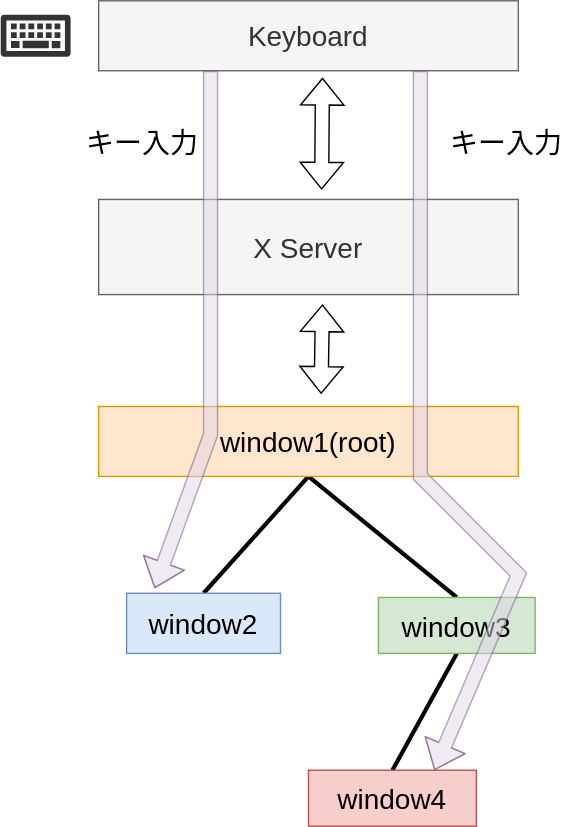
Above: memo/images/x11_architecture.drawio.svg in takeshiD/dotfiles (draw.io), before the change. Source tidied: cells renumbered, new cells last; positions are measured from the earlier drawing's top-left corner, leaving out a move shared by most shapes.
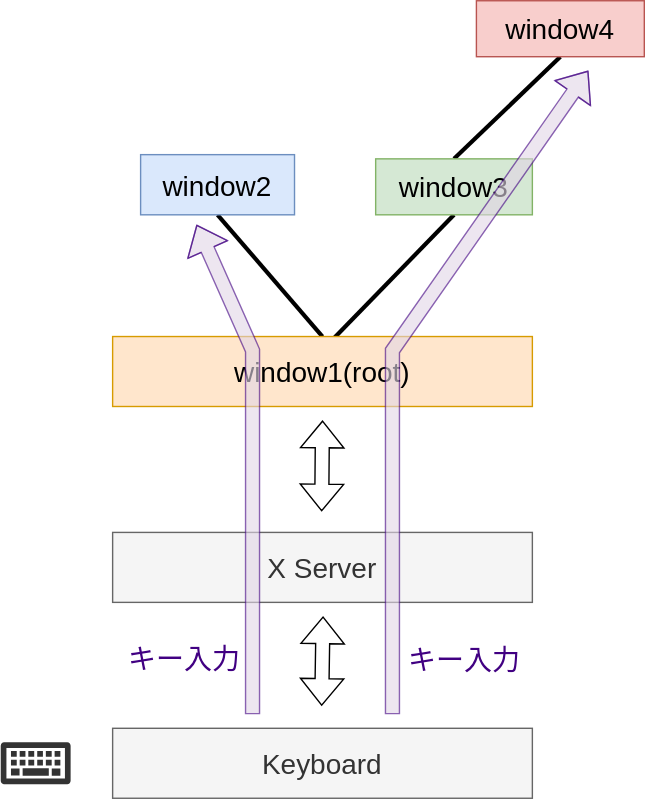
Later version of the same file.

Change to the diagram source:
```diff
@@ -2,77 +2,75 @@
   <root>
     <mxCell id="0" />
     <mxCell id="1" parent="0" />
-    <mxCell id="2" style="rounded=0;jettySize=auto;html=1;exitX=0.5;exitY=1;exitDx=0;exitDy=0;entryX=0.5;entryY=0;entryDx=0;entryDy=0;endArrow=none;endFill=0;strokeWidth=3;" parent="1" edge="1" source="4" target="5">
+    <mxCell id="2" style="rounded=0;jettySize=auto;html=1;exitX=0.5;exitY=0;exitDx=0;exitDy=0;entryX=0.5;entryY=1;entryDx=0;entryDy=0;endArrow=none;endFill=0;strokeWidth=3;" parent="1" edge="1" source="4" target="5">
       <mxGeometry relative="1" as="geometry" />
     </mxCell>
-    <mxCell id="3" style="rounded=0;jettySize=auto;html=1;exitX=0.5;exitY=1;exitDx=0;exitDy=0;entryX=0.5;entryY=0;entryDx=0;entryDy=0;endArrow=none;endFill=0;strokeWidth=3;" parent="1" edge="1" source="4" target="7">
+    <mxCell id="3" style="rounded=0;jettySize=auto;html=1;exitX=0.526;exitY=0.031;exitDx=0;exitDy=0;entryX=0.5;entryY=1;entryDx=0;entryDy=0;endArrow=none;endFill=0;strokeWidth=3;exitPerimeter=0;" parent="1" edge="1" source="4" target="7">
       <mxGeometry relative="1" as="geometry" />
     </mxCell>
     <mxCell id="4" value="window1(root)" style="rounded=0;whiteSpace=wrap;html=1;align=center;verticalAlign=middle;fontSize=20;fillColor=#ffe6cc;strokeColor=#d79b00;" parent="1" vertex="1">
-      <mxGeometry x="70" y="290" width="300" height="50" as="geometry" />
+      <mxGeometry x="70" y="500" width="300" height="50" as="geometry" />
     </mxCell>
     <mxCell id="5" value="window2" style="rounded=0;whiteSpace=wrap;html=1;align=center;verticalAlign=middle;fontSize=20;fillColor=#dae8fc;strokeColor=#6c8ebf;" parent="1" vertex="1">
-      <mxGeometry x="90" y="423.5" width="110" height="43" as="geometry" />
+      <mxGeometry x="90" y="370" width="110" height="43" as="geometry" />
     </mxCell>
-    <mxCell id="6" style="rounded=0;jettySize=auto;html=1;exitX=0.5;exitY=1;exitDx=0;exitDy=0;entryX=0.5;entryY=0;entryDx=0;entryDy=0;endArrow=none;endFill=0;strokeWidth=3;" parent="1" edge="1" source="7" target="8">
+    <mxCell id="6" style="rounded=0;jettySize=auto;html=1;exitX=0.5;exitY=0;exitDx=0;exitDy=0;entryX=0.5;entryY=1;entryDx=0;entryDy=0;endArrow=none;endFill=0;strokeWidth=3;" parent="1" edge="1" source="7" target="8">
       <mxGeometry relative="1" as="geometry" />
     </mxCell>
     <mxCell id="7" value="window3" style="rounded=0;whiteSpace=wrap;html=1;align=center;verticalAlign=middle;fontSize=20;fillColor=#d5e8d4;strokeColor=#82b366;" parent="1" vertex="1">
-      <mxGeometry x="270" y="426.5" width="112" height="40" as="geometry" />
+      <mxGeometry x="258" y="373" width="112" height="40" as="geometry" />
     </mxCell>
     <mxCell id="8" value="window4" style="rounded=0;whiteSpace=wrap;html=1;align=center;verticalAlign=middle;fontSize=20;fillColor=#f8cecc;strokeColor=#b85450;" parent="1" vertex="1">
-      <mxGeometry x="220" y="550" width="120" height="40" as="geometry" />
+      <mxGeometry x="330" y="260" width="120" height="40" as="geometry" />
     </mxCell>
     <mxCell id="9" style="sketch=0;shadow=0;dashed=0;html=1;strokeColor=none;labelPosition=center;verticalLabelPosition=bottom;verticalAlign=top;align=center;fillColor=#333333;shape=mxgraph.mscae.enterprise.keyboard;" parent="1" vertex="1">
-      <mxGeometry y="10" width="50" height="30" as="geometry" />
+      <mxGeometry x="-10" y="790" width="50" height="30" as="geometry" />
     </mxCell>
     <mxCell id="10" value="X Server" style="rounded=0;whiteSpace=wrap;html=1;align=center;verticalAlign=middle;fontSize=20;fillColor=#f5f5f5;strokeColor=#666666;fontColor=#333333;" parent="1" vertex="1">
-      <mxGeometry x="70" y="142" width="300" height="68" as="geometry" />
+      <mxGeometry x="70" y="640" width="300" height="50" as="geometry" />
     </mxCell>
     <mxCell id="11" value="Keyboard" style="rounded=0;whiteSpace=wrap;html=1;align=center;verticalAlign=middle;fontSize=20;fillColor=#f5f5f5;strokeColor=#666666;fontColor=#333333;" parent="1" vertex="1">
-      <mxGeometry x="70" width="300" height="50" as="geometry" />
+      <mxGeometry x="70" y="780" width="300" height="50" as="geometry" />
     </mxCell>
     <mxCell id="12" style="shape=flexArrow;endArrow=classic;startArrow=classic;html=1;rounded=0;fillColor=default;" parent="1" edge="1">
       <mxGeometry relative="1" as="geometry">
-        <mxPoint x="229" y="281" as="sourcePoint" />
-        <mxPoint x="230" y="217" as="targetPoint" />
+        <mxPoint x="219.4" y="764" as="sourcePoint" />
+        <mxPoint x="220.4" y="700" as="targetPoint" />
       </mxGeometry>
     </mxCell>
     <mxCell id="13" style="shape=flexArrow;endArrow=classic;startArrow=classic;html=1;rounded=0;fillColor=default;" parent="1" edge="1">
       <mxGeometry relative="1" as="geometry">
-        <mxPoint x="229.4" y="135" as="sourcePoint" />
-        <mxPoint x="230" y="55" as="targetPoint" />
+        <mxPoint x="219.4" y="625" as="sourcePoint" />
+        <mxPoint x="220" y="560" as="targetPoint" />
       </mxGeometry>
     </mxCell>
-    <mxCell id="14" style="endArrow=classic;html=1;rounded=0;strokeWidth=1;shape=flexArrow;fillColor=#e1d5e7;strokeColor=#6C5378;opacity=50;" parent="1" edge="1">
-      <mxGeometry relative="1" as="geometry">
-        <mxPoint x="150" y="50" as="sourcePoint" />
-        <mxPoint x="110" y="420" as="targetPoint" />
-        <Array as="points">
-          <mxPoint x="150" y="150" />
-          <mxPoint x="150" y="310" />
-        </Array>
-      </mxGeometry>
-    </mxCell>
-    <mxCell id="15" value="キー入力" style="edgeLabel;html=1;align=center;verticalAlign=middle;fontSize=20;" parent="14" vertex="1">
-      <mxGeometry x="-0.71" y="-1" relative="1" as="geometry">
-        <mxPoint x="-49" y="-4" as="offset" />
-      </mxGeometry>
-    </mxCell>
-    <mxCell id="16" style="endArrow=classic;html=1;rounded=0;strokeWidth=1;shape=flexArrow;fillColor=#e1d5e7;strokeColor=#6C5378;opacity=50;entryX=0.75;entryY=0;entryDx=0;entryDy=0;" parent="1" edge="1" target="8">
-      <mxGeometry relative="1" as="geometry">
-        <mxPoint x="300" y="50" as="sourcePoint" />
-        <Array as="points">
-          <mxPoint x="300" y="150" />
-          <mxPoint x="300" y="340" />
-          <mxPoint x="370" y="410" />
-        </Array>
-      </mxGeometry>
-    </mxCell>
-    <mxCell id="17" value="キー入力" style="edgeLabel;html=1;align=center;verticalAlign=middle;fontSize=20;" parent="16" vertex="1">
-      <mxGeometry x="-0.81" y="5" relative="1" as="geometry">
-        <mxPoint x="55" as="offset" />
-      </mxGeometry>
-    </mxCell>
+    <mxCell id="18" style="shape=flexArrow;endArrow=classic;html=1;rounded=0;fillColor=#e1d5e7;strokeColor=#410082;opacity=60;" parent="1" edge="1">
+      <mxGeometry relative="1" as="geometry">
+        <mxPoint x="170" y="770" as="sourcePoint" />
+        <mxPoint x="130" y="420" as="targetPoint" />
+        <Array as="points">
+          <mxPoint x="170" y="510" />
+        </Array>
+      </mxGeometry>
+    </mxCell>
+    <mxCell id="19" value="キー入力" style="edgeLabel;html=1;align=center;verticalAlign=middle;fontSize=20;fontColor=#410082;" parent="18" vertex="1">
+      <mxGeometry x="0.1" y="2" relative="1" as="geometry">
+        <mxPoint x="-48" y="156" as="offset" />
+      </mxGeometry>
+    </mxCell>
+    <mxCell id="20" style="shape=flexArrow;endArrow=classic;html=1;rounded=0;fillColor=#e1d5e7;strokeColor=#410082;opacity=60;" parent="1" edge="1">
+      <mxGeometry relative="1" as="geometry">
+        <mxPoint x="270" y="770" as="sourcePoint" />
+        <mxPoint x="410" y="310" as="targetPoint" />
+        <Array as="points">
+          <mxPoint x="270" y="510" />
+        </Array>
+      </mxGeometry>
+    </mxCell>
+    <mxCell id="21" value="キー入力" style="edgeLabel;html=1;align=center;verticalAlign=middle;fontSize=20;fontColor=#410082;" parent="20" vertex="1">
+      <mxGeometry x="-0.79" y="-6" relative="1" as="geometry">
+        <mxPoint x="44" y="13" as="offset" />
+      </mxGeometry>
+    </mxCell>
   </root>
 </mxGraphModel>
```
